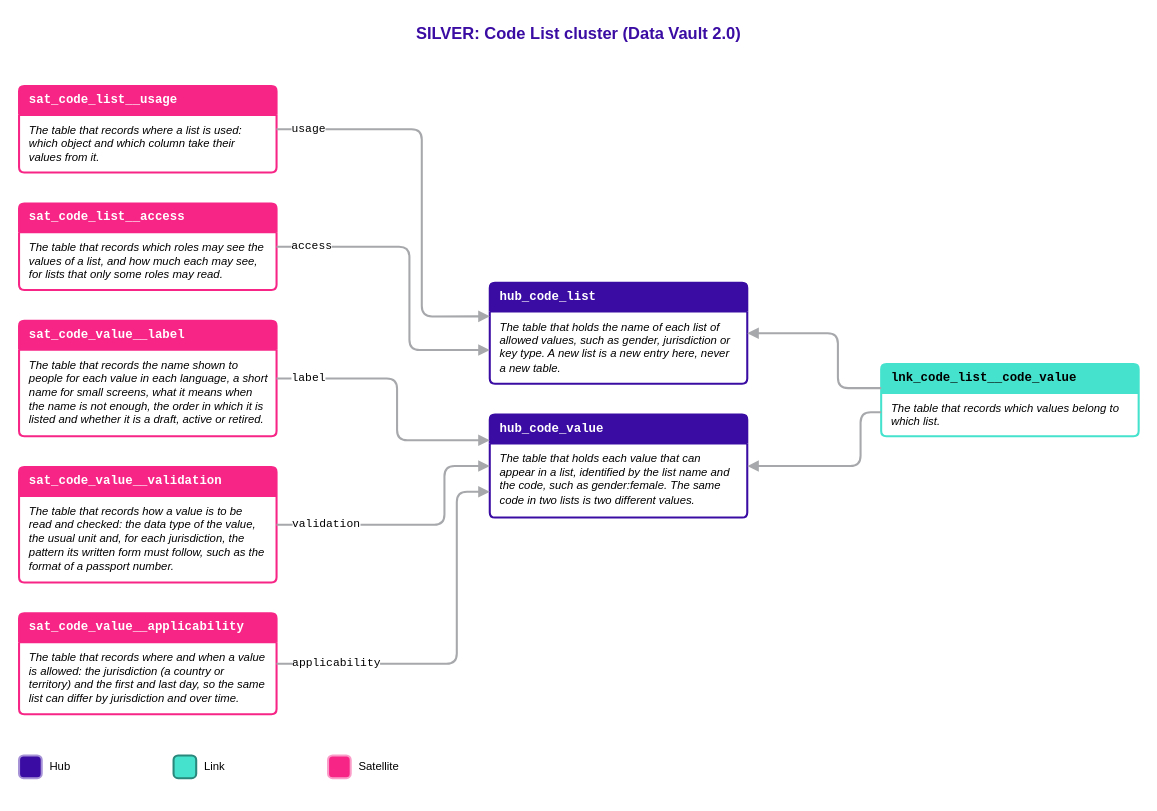
Before: Rosetta/Business_Objects/drawio/Diagrams_Code_List_Simplified.drawio in luisruizML/documents, a draw.io diagram. Source tidied: cells renumbered, new cells numbered last; positions are measured from the earlier drawing's top-left corner, leaving out a move shared by most shapes. Both pictures are drawn from the tidied source at 103%, with x=0, y=0 at pixel (19, 18).
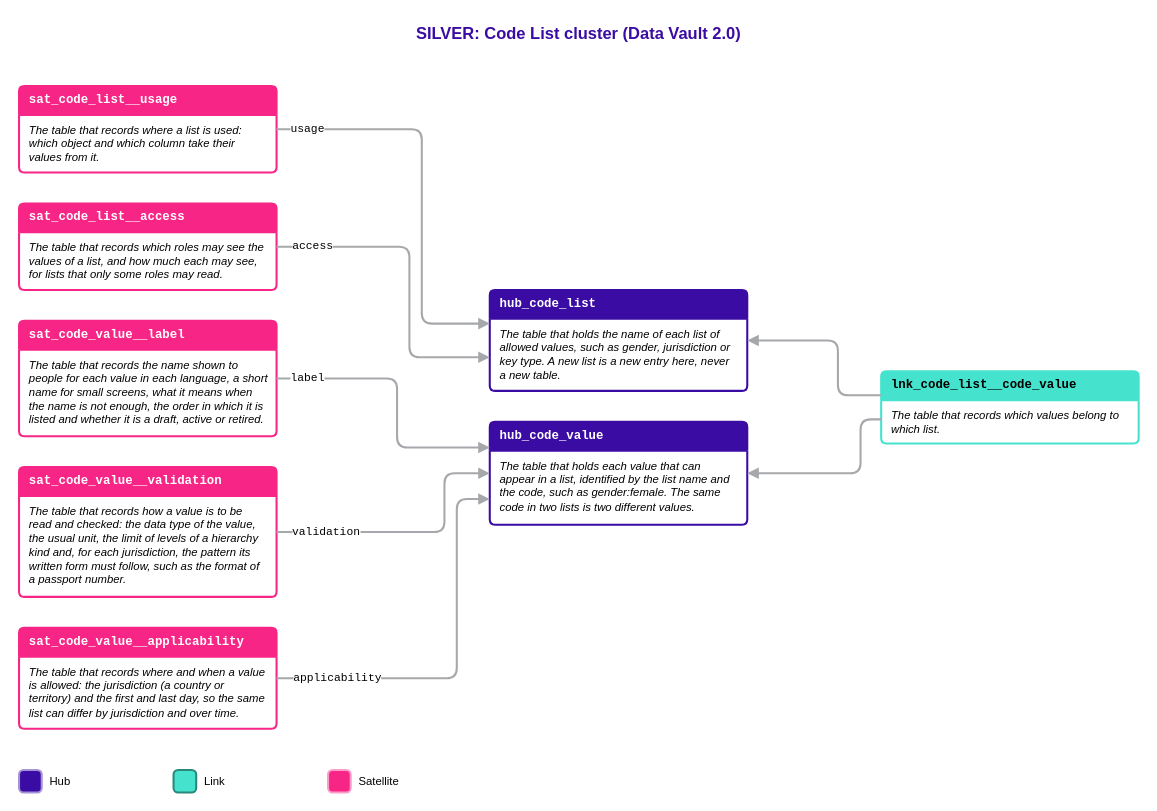
After the change.

Unchanged cells that the change refers to:
```xml
<mxCell id="9" value="sat_code_value__label" style="swimlane;html=1;whiteSpace=wrap;rounded=1;arcSize=6;startSize=28;fillColor=#F72586;swimlaneFillColor=#FFFFFF;strokeColor=#F72586;strokeWidth=2;fontFamily=Courier New;fontSize=12;fontStyle=1;fontColor=#FFFFFF;align=left;spacingLeft=8;" parent="1" vertex="1">
  <mxGeometry y="294" width="250" height="112" as="geometry" />
</mxCell>
<mxCell id="15" value="sat_code_list__usage" style="swimlane;html=1;whiteSpace=wrap;rounded=1;arcSize=6;startSize=28;fillColor=#F72586;swimlaneFillColor=#FFFFFF;strokeColor=#F72586;strokeWidth=2;fontFamily=Courier New;fontSize=12;fontStyle=1;fontColor=#FFFFFF;align=left;spacingLeft=8;" parent="1" vertex="1">
  <mxGeometry y="66" width="250" height="84" as="geometry" />
</mxCell>
<mxCell id="17" value="sat_code_list__access" style="swimlane;html=1;whiteSpace=wrap;rounded=1;arcSize=6;startSize=28;fillColor=#F72586;swimlaneFillColor=#FFFFFF;strokeColor=#F72586;strokeWidth=2;fontFamily=Courier New;fontSize=12;fontStyle=1;fontColor=#FFFFFF;align=left;spacingLeft=8;" parent="1" vertex="1">
  <mxGeometry y="180" width="250" height="84" as="geometry" />
</mxCell>
```

Change to the diagram source:
```diff
@@
     <mxCell id="3" value="hub_code_list" style="swimlane;html=1;whiteSpace=wrap;rounded=1;arcSize=6;startSize=28;fillColor=#3A0CA3;swimlaneFillColor=#FFFFFF;strokeColor=#3A0CA3;strokeWidth=2;fontFamily=Courier New;fontSize=12;fontStyle=1;fontColor=#FFFFFF;align=left;spacingLeft=8;" parent="1" vertex="1">
-      <mxGeometry x="457" y="257" width="250" height="98" as="geometry" />
+      <mxGeometry x="457" y="264" width="250" height="98" as="geometry" />
     </mxCell>
@@
     <mxCell id="5" value="hub_code_value" style="swimlane;html=1;whiteSpace=wrap;rounded=1;arcSize=6;startSize=28;fillColor=#3A0CA3;swimlaneFillColor=#FFFFFF;strokeColor=#3A0CA3;strokeWidth=2;fontFamily=Courier New;fontSize=12;fontStyle=1;fontColor=#FFFFFF;align=left;spacingLeft=8;" parent="1" vertex="1">
-      <mxGeometry x="457" y="385" width="250" height="100" as="geometry" />
+      <mxGeometry x="457" y="392" width="250" height="100" as="geometry" />
     </mxCell>
@@
     <mxCell id="7" value="lnk_code_list__code_value" style="swimlane;html=1;whiteSpace=wrap;rounded=1;arcSize=6;startSize=28;fillColor=#45E3CD;swimlaneFillColor=#FFFFFF;strokeColor=#45E3CD;strokeWidth=2;fontFamily=Courier New;fontSize=12;fontStyle=1;fontColor=#000000;align=left;spacingLeft=8;" parent="1" vertex="1">
-      <mxGeometry x="837" y="336" width="250" height="70" as="geometry" />
+      <mxGeometry x="837" y="343" width="250" height="70" as="geometry" />
     </mxCell>
@@
     <mxCell id="11" value="sat_code_value__validation" style="swimlane;html=1;whiteSpace=wrap;rounded=1;arcSize=6;startSize=28;fillColor=#F72586;swimlaneFillColor=#FFFFFF;strokeColor=#F72586;strokeWidth=2;fontFamily=Courier New;fontSize=12;fontStyle=1;fontColor=#FFFFFF;align=left;spacingLeft=8;" parent="1" vertex="1">
-      <mxGeometry y="436" width="250" height="112" as="geometry" />
+      <mxGeometry y="436" width="250" height="126" as="geometry" />
     </mxCell>
-    <mxCell id="12" value="The table that records how a value is to be read and checked: the data type of the value, the usual unit and, for each jurisdiction, the pattern its written form must follow, such as the format of a passport number." style="text;html=1;whiteSpace=wrap;align=left;verticalAlign=top;fontFamily=Arial;fontSize=11;fontStyle=2;fontColor=#000000;spacingLeft=8;spacingRight=8;" parent="11" vertex="1">
-      <mxGeometry y="30" width="250" height="76" as="geometry" />
+    <mxCell id="12" value="The table that records how a value is to be read and checked: the data type of the value, the usual unit, the limit of levels of a hierarchy kind and, for each jurisdiction, the pattern its written form must follow, such as the format of a passport number." style="text;html=1;whiteSpace=wrap;align=left;verticalAlign=top;fontFamily=Arial;fontSize=11;fontStyle=2;fontColor=#000000;spacingLeft=8;spacingRight=8;" parent="11" vertex="1">
+      <mxGeometry y="30" width="250" height="90" as="geometry" />
     </mxCell>
     <mxCell id="13" value="sat_code_value__applicability" style="swimlane;html=1;whiteSpace=wrap;rounded=1;arcSize=6;startSize=28;fillColor=#F72586;swimlaneFillColor=#FFFFFF;strokeColor=#F72586;strokeWidth=2;fontFamily=Courier New;fontSize=12;fontStyle=1;fontColor=#FFFFFF;align=left;spacingLeft=8;" parent="1" vertex="1">
-      <mxGeometry y="578" width="250" height="98" as="geometry" />
+      <mxGeometry y="592" width="250" height="98" as="geometry" />
     </mxCell>
@@
     <mxCell id="19" style="edgeStyle=orthogonalEdgeStyle;rounded=1;jumpStyle=arc;jumpSize=8;html=1;strokeColor=#A6A8AB;strokeWidth=2;endArrow=block;endFill=1;exitX=0;exitY=0.3333;exitDx=0;exitDy=0;entryX=1;entryY=0.5;entryDx=0;entryDy=0;labelBackgroundColor=#FFFFFF;fontFamily=Courier New;fontSize=11;fontColor=#000000;" parent="1" edge="1" source="7" target="3">
       <mxGeometry x="-0.89" relative="1" as="geometry">
         <Array as="points">
-          <mxPoint x="795" y="359.3" />
-          <mxPoint x="795" y="306" />
+          <mxPoint x="795" y="366.3" />
+          <mxPoint x="795" y="313" />
         </Array>
       </mxGeometry>
     </mxCell>
     <mxCell id="20" style="edgeStyle=orthogonalEdgeStyle;rounded=1;jumpStyle=arc;jumpSize=8;html=1;strokeColor=#A6A8AB;strokeWidth=2;endArrow=block;endFill=1;exitX=0;exitY=0.6667;exitDx=0;exitDy=0;entryX=1;entryY=0.5;entryDx=0;entryDy=0;labelBackgroundColor=#FFFFFF;fontFamily=Courier New;fontSize=11;fontColor=#000000;" parent="1" edge="1" source="7" target="5">
       <mxGeometry x="-0.89" relative="1" as="geometry">
         <Array as="points">
-          <mxPoint x="817" y="382.7" />
-          <mxPoint x="817" y="435" />
+          <mxPoint x="817" y="389.7" />
+          <mxPoint x="817" y="442" />
         </Array>
       </mxGeometry>
     </mxCell>
     <mxCell id="21" value="label" style="edgeStyle=orthogonalEdgeStyle;rounded=1;jumpStyle=arc;jumpSize=8;html=1;strokeColor=#A6A8AB;strokeWidth=2;endArrow=block;endFill=1;exitX=1;exitY=0.5;exitDx=0;exitDy=0;entryX=0;entryY=0.25;entryDx=0;entryDy=0;labelBackgroundColor=#FFFFFF;fontFamily=Courier New;fontSize=11;fontColor=#000000;" parent="1" edge="1" source="9" target="5">
-      <mxGeometry x="-0.77" relative="1" as="geometry">
+      <mxGeometry x="-0.78" relative="1" as="geometry">
         <Array as="points">
           <mxPoint x="367" y="350" />
-          <mxPoint x="367" y="410" />
+          <mxPoint x="367" y="417" />
         </Array>
       </mxGeometry>
     </mxCell>
     <mxCell id="22" value="validation" style="edgeStyle=orthogonalEdgeStyle;rounded=1;jumpStyle=arc;jumpSize=8;html=1;strokeColor=#A6A8AB;strokeWidth=2;endArrow=block;endFill=1;exitX=1;exitY=0.5;exitDx=0;exitDy=0;entryX=0;entryY=0.5;entryDx=0;entryDy=0;labelBackgroundColor=#FFFFFF;fontFamily=Courier New;fontSize=11;fontColor=#000000;" parent="1" edge="1" source="11" target="5">
       <mxGeometry x="-0.64" relative="1" as="geometry">
         <Array as="points">
-          <mxPoint x="413" y="492" />
-          <mxPoint x="413" y="435" />
+          <mxPoint x="413" y="499" />
+          <mxPoint x="413" y="442" />
         </Array>
       </mxGeometry>
     </mxCell>
     <mxCell id="23" value="applicability" style="edgeStyle=orthogonalEdgeStyle;rounded=1;jumpStyle=arc;jumpSize=8;html=1;strokeColor=#A6A8AB;strokeWidth=2;endArrow=block;endFill=1;exitX=1;exitY=0.5;exitDx=0;exitDy=0;entryX=0;entryY=0.75;entryDx=0;entryDy=0;labelBackgroundColor=#FFFFFF;fontFamily=Courier New;fontSize=11;fontColor=#000000;" parent="1" edge="1" source="13" target="5">
       <mxGeometry x="-0.69" relative="1" as="geometry">
         <Array as="points">
-          <mxPoint x="425" y="627" />
-          <mxPoint x="425" y="460" />
+          <mxPoint x="425" y="641" />
+          <mxPoint x="425" y="467" />
         </Array>
       </mxGeometry>
     </mxCell>
     <mxCell id="24" value="usage" style="edgeStyle=orthogonalEdgeStyle;rounded=1;jumpStyle=arc;jumpSize=8;html=1;strokeColor=#A6A8AB;strokeWidth=2;endArrow=block;endFill=1;exitX=1;exitY=0.5;exitDx=0;exitDy=0;entryX=0;entryY=0.3333;entryDx=0;entryDy=0;labelBackgroundColor=#FFFFFF;fontFamily=Courier New;fontSize=11;fontColor=#000000;" parent="1" edge="1" source="15" target="3">
-      <mxGeometry x="-0.84" relative="1" as="geometry">
+      <mxGeometry x="-0.85" relative="1" as="geometry">
         <Array as="points">
           <mxPoint x="391" y="108" />
-          <mxPoint x="391" y="289.7" />
+          <mxPoint x="391" y="296.7" />
         </Array>
       </mxGeometry>
     </mxCell>
     <mxCell id="25" value="access" style="edgeStyle=orthogonalEdgeStyle;rounded=1;jumpStyle=arc;jumpSize=8;html=1;strokeColor=#A6A8AB;strokeWidth=2;endArrow=block;endFill=1;exitX=1;exitY=0.5;exitDx=0;exitDy=0;entryX=0;entryY=0.6667;entryDx=0;entryDy=0;labelBackgroundColor=#FFFFFF;fontFamily=Courier New;fontSize=11;fontColor=#000000;" parent="1" edge="1" source="17" target="3">
       <mxGeometry x="-0.78" relative="1" as="geometry">
         <Array as="points">
           <mxPoint x="379" y="222" />
-          <mxPoint x="379" y="322.3" />
+          <mxPoint x="379" y="329.3" />
         </Array>
       </mxGeometry>
     </mxCell>
     <mxCell id="26" style="rounded=1;arcSize=20;fillColor=#3A0CA3;strokeColor=#A692D6;strokeWidth=2;" parent="1" vertex="1">
-      <mxGeometry y="716" width="22" height="22" as="geometry" />
+      <mxGeometry y="730" width="22" height="22" as="geometry" />
     </mxCell>
     <mxCell id="27" value="Hub" style="text;html=1;align=left;verticalAlign=middle;fontFamily=Arial;fontSize=11;fontColor=#000000;" parent="1" vertex="1">
-      <mxGeometry x="28" y="716" width="110" height="22" as="geometry" />
+      <mxGeometry x="28" y="730" width="110" height="22" as="geometry" />
     </mxCell>
     <mxCell id="28" style="rounded=1;arcSize=20;fillColor=#45E3CD;strokeColor=#29887B;strokeWidth=2;" parent="1" vertex="1">
-      <mxGeometry x="150" y="716" width="22" height="22" as="geometry" />
+      <mxGeometry x="150" y="730" width="22" height="22" as="geometry" />
     </mxCell>
     <mxCell id="29" value="Link" style="text;html=1;align=left;verticalAlign=middle;fontFamily=Arial;fontSize=11;fontColor=#000000;" parent="1" vertex="1">
-      <mxGeometry x="178" y="716" width="110" height="22" as="geometry" />
+      <mxGeometry x="178" y="730" width="110" height="22" as="geometry" />
     </mxCell>
     <mxCell id="30" style="rounded=1;arcSize=20;fillColor=#F72586;strokeColor=#FB9DC9;strokeWidth=2;" parent="1" vertex="1">
-      <mxGeometry x="300" y="716" width="22" height="22" as="geometry" />
+      <mxGeometry x="300" y="730" width="22" height="22" as="geometry" />
     </mxCell>
     <mxCell id="31" value="Satellite" style="text;html=1;align=left;verticalAlign=middle;fontFamily=Arial;fontSize=11;fontColor=#000000;" parent="1" vertex="1">
-      <mxGeometry x="328" y="716" width="110" height="22" as="geometry" />
+      <mxGeometry x="328" y="730" width="110" height="22" as="geometry" />
     </mxCell>
```
